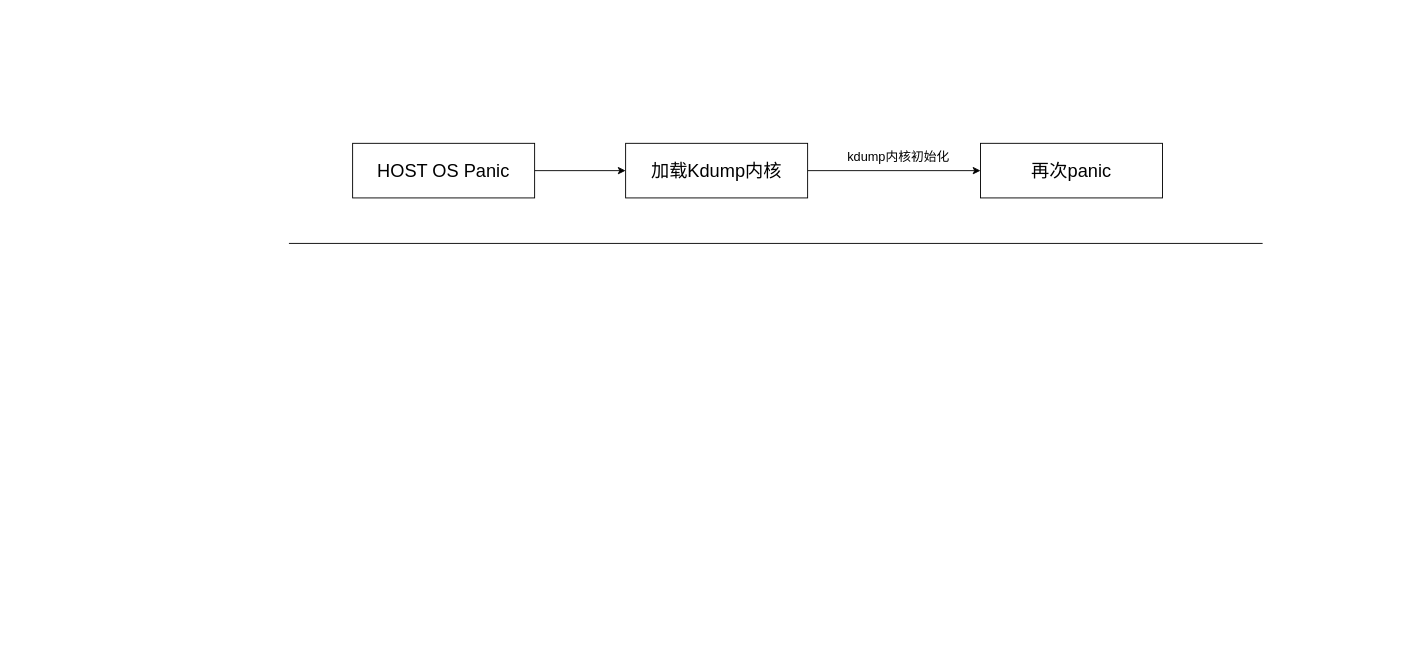
Earlier version of the draw.io diagram 网卡触发nmi.drawio (wbzzx-bb/wb-linux). Source tidied: cells renumbered, new cells numbered last; positions are measured from the earlier drawing's top-left corner, leaving out a move shared by most shapes. Both pictures are drawn from the tidied source at 91%, with x=0, y=0 at pixel (288, 143).
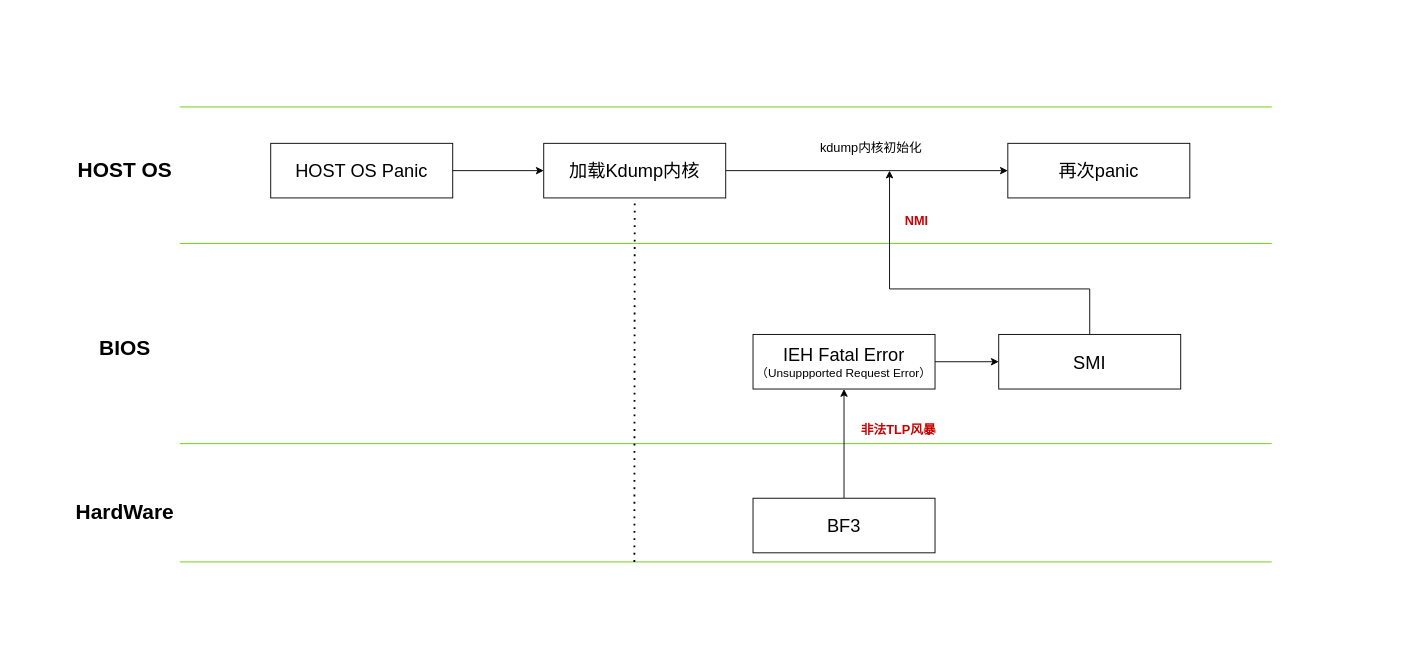
After the change.

Commit message (it also covers changes not shown here):
更新网卡触发nmi.drawio

What changed in the source:
```diff
@@
+    <mxCell id="9" style="rounded=0;whiteSpace=wrap;html=1;strokeColor=none;" parent="1" vertex="1">
+      <mxGeometry x="-300" y="-140" width="1510" height="690" as="geometry" />
+    </mxCell>
@@
     <mxCell id="3" value="&lt;font style=&quot;font-size: 20px;&quot;&gt;HOST OS Panic&lt;/font&gt;" style="rounded=0;whiteSpace=wrap;html=1;" parent="1" vertex="1">
-      <mxGeometry x="70" width="200" height="60" as="geometry" />
+      <mxGeometry x="-20" width="200" height="60" as="geometry" />
     </mxCell>
@@
     <mxCell id="5" value="&lt;font style=&quot;font-size: 20px;&quot;&gt;加载Kdump内核&lt;/font&gt;" style="rounded=0;whiteSpace=wrap;html=1;" parent="1" vertex="1">
-      <mxGeometry x="370" width="200" height="60" as="geometry" />
+      <mxGeometry x="280" width="200" height="60" as="geometry" />
     </mxCell>
     <mxCell id="6" value="&lt;font style=&quot;font-size: 20px;&quot;&gt;再次panic&lt;/font&gt;" style="rounded=0;whiteSpace=wrap;html=1;" parent="1" vertex="1">
-      <mxGeometry x="760" width="200" height="60" as="geometry" />
+      <mxGeometry x="790" width="200" height="60" as="geometry" />
     </mxCell>
     <mxCell id="7" value="&lt;font style=&quot;font-size: 14px;&quot;&gt;kdump内核初始化&lt;/font&gt;" style="text;html=1;align=center;verticalAlign=middle;whiteSpace=wrap;rounded=0;" parent="1" vertex="1">
-      <mxGeometry x="610" width="120" height="30" as="geometry" />
+      <mxGeometry x="580" y="-10" width="120" height="30" as="geometry" />
     </mxCell>
-    <mxCell id="8" style="endArrow=none;html=1;rounded=0;" parent="1" edge="1">
+    <mxCell id="8" style="endArrow=none;html=1;rounded=0;strokeColor=#66CC00;" parent="1" edge="1">
       <mxGeometry relative="1" as="geometry">
-        <mxPoint y="110" as="sourcePoint" />
-        <mxPoint x="1070" y="110" as="targetPoint" />
+        <mxPoint x="-120" y="110" as="sourcePoint" />
+        <mxPoint x="1080" y="110" as="targetPoint" />
       </mxGeometry>
     </mxCell>
+    <mxCell id="10" style="edgeStyle=orthogonalEdgeStyle;rounded=0;jettySize=auto;html=1;entryX=0;entryY=0.5;entryDx=0;entryDy=0;" parent="1" edge="1" source="11" target="13">
+      <mxGeometry relative="1" as="geometry" />
+    </mxCell>
+    <mxCell id="11" value="&lt;font style=&quot;font-size: 20px;&quot;&gt;IEH Fatal Error&lt;/font&gt;&lt;div&gt;&lt;font style=&quot;font-size: 13px;&quot;&gt;（Unsuppported Request Error）&lt;/font&gt;&lt;/div&gt;" style="rounded=0;whiteSpace=wrap;html=1;" parent="1" vertex="1">
+      <mxGeometry x="510" y="210" width="200" height="60" as="geometry" />
+    </mxCell>
+    <mxCell id="12" style="edgeStyle=orthogonalEdgeStyle;rounded=0;jettySize=auto;html=1;" parent="1" edge="1" source="13">
+      <mxGeometry relative="1" as="geometry">
+        <mxPoint x="660" y="30" as="targetPoint" />
+        <Array as="points">
+          <mxPoint x="880" y="160" />
+          <mxPoint x="660" y="160" />
+        </Array>
+      </mxGeometry>
+    </mxCell>
+    <mxCell id="13" value="&lt;font style=&quot;font-size: 20px;&quot;&gt;SMI&lt;/font&gt;" style="rounded=0;whiteSpace=wrap;html=1;" parent="1" vertex="1">
+      <mxGeometry x="780" y="210" width="200" height="60" as="geometry" />
+    </mxCell>
+    <mxCell id="14" style="endArrow=none;html=1;rounded=0;strokeColor=#66CC00;" parent="1" edge="1">
+      <mxGeometry relative="1" as="geometry">
+        <mxPoint x="-120" y="330" as="sourcePoint" />
+        <mxPoint x="1080" y="330" as="targetPoint" />
+      </mxGeometry>
+    </mxCell>
+    <mxCell id="15" style="edgeStyle=orthogonalEdgeStyle;rounded=0;jettySize=auto;html=1;entryX=0.5;entryY=1;entryDx=0;entryDy=0;" parent="1" edge="1" source="16" target="11">
+      <mxGeometry relative="1" as="geometry" />
+    </mxCell>
+    <mxCell id="16" value="&lt;font style=&quot;font-size: 20px;&quot;&gt;BF3&lt;/font&gt;" style="rounded=0;whiteSpace=wrap;html=1;" parent="1" vertex="1">
+      <mxGeometry x="510" y="390" width="200" height="60" as="geometry" />
+    </mxCell>
+    <mxCell id="17" value="&lt;font style=&quot;font-size: 14px; color: rgb(204, 0, 0);&quot;&gt;&lt;b style=&quot;&quot;&gt;非法TLP风暴&lt;/b&gt;&lt;/font&gt;" style="text;html=1;align=center;verticalAlign=middle;whiteSpace=wrap;rounded=0;" parent="1" vertex="1">
+      <mxGeometry x="610" y="300" width="120" height="30" as="geometry" />
+    </mxCell>
+    <mxCell id="18" value="&lt;font style=&quot;font-size: 14px; color: rgb(204, 0, 0);&quot;&gt;&lt;b&gt;NMI&lt;/b&gt;&lt;/font&gt;" style="text;html=1;align=center;verticalAlign=middle;whiteSpace=wrap;rounded=0;" parent="1" vertex="1">
+      <mxGeometry x="630" y="70" width="120" height="30" as="geometry" />
+    </mxCell>
+    <mxCell id="19" style="endArrow=none;html=1;rounded=0;strokeColor=#66CC00;" parent="1" edge="1">
+      <mxGeometry relative="1" as="geometry">
+        <mxPoint x="-120" y="-40" as="sourcePoint" />
+        <mxPoint x="1080" y="-40" as="targetPoint" />
+      </mxGeometry>
+    </mxCell>
+    <mxCell id="20" style="endArrow=none;html=1;rounded=0;strokeColor=#66CC00;" parent="1" edge="1">
+      <mxGeometry relative="1" as="geometry">
+        <mxPoint x="-120" y="460" as="sourcePoint" />
+        <mxPoint x="1080" y="460" as="targetPoint" />
+      </mxGeometry>
+    </mxCell>
+    <mxCell id="21" style="endArrow=none;dashed=1;html=1;dashPattern=1 3;strokeWidth=2;rounded=0;" parent="1" edge="1">
+      <mxGeometry relative="1" as="geometry">
+        <mxPoint x="379.6" y="460" as="sourcePoint" />
+        <mxPoint x="380" y="60" as="targetPoint" />
+      </mxGeometry>
+    </mxCell>
+    <mxCell id="22" value="&lt;font style=&quot;font-size: 23px;&quot;&gt;&lt;b style=&quot;&quot;&gt;HOST OS&lt;/b&gt;&lt;/font&gt;" style="text;html=1;align=center;verticalAlign=middle;whiteSpace=wrap;rounded=0;" parent="1" vertex="1">
+      <mxGeometry x="-240" y="15" width="120" height="30" as="geometry" />
+    </mxCell>
+    <mxCell id="23" value="&lt;font style=&quot;font-size: 23px;&quot;&gt;&lt;b style=&quot;&quot;&gt;BIOS&lt;/b&gt;&lt;/font&gt;" style="text;html=1;align=center;verticalAlign=middle;whiteSpace=wrap;rounded=0;" parent="1" vertex="1">
+      <mxGeometry x="-240" y="210" width="120" height="30" as="geometry" />
+    </mxCell>
+    <mxCell id="24" value="&lt;font style=&quot;font-size: 23px;&quot;&gt;&lt;b style=&quot;&quot;&gt;HardWare&lt;/b&gt;&lt;/font&gt;" style="text;html=1;align=center;verticalAlign=middle;whiteSpace=wrap;rounded=0;" parent="1" vertex="1">
+      <mxGeometry x="-240" y="390" width="120" height="30" as="geometry" />
+    </mxCell>
```
